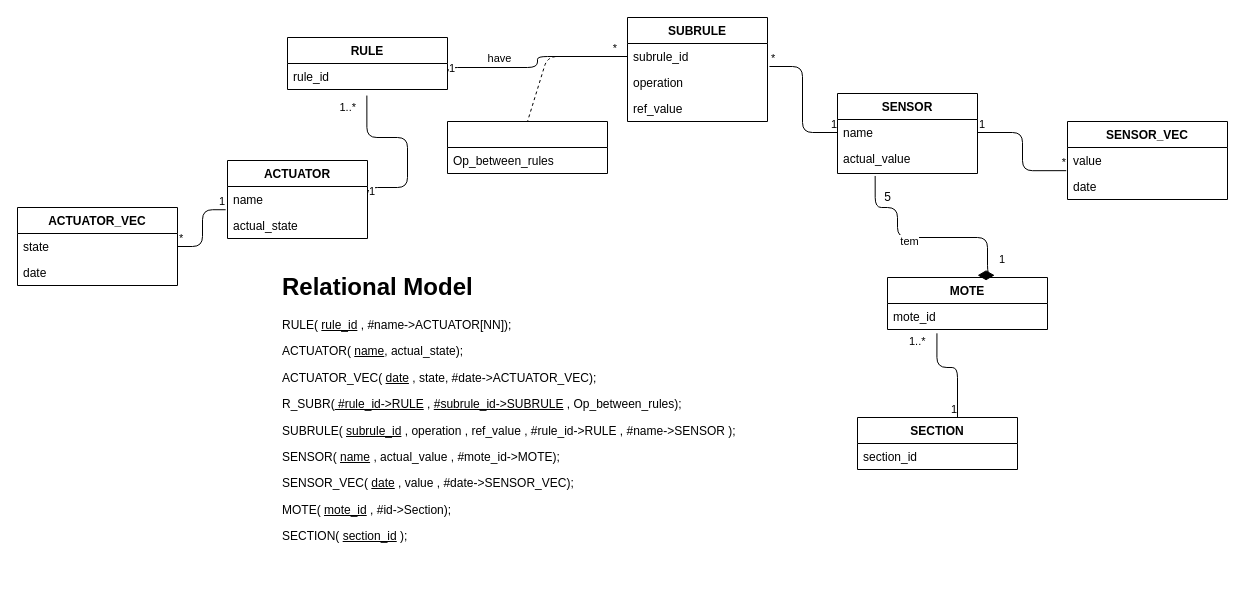
This is page "Page-3" (3 of 3) of squematics/DB.drawio from Automation-yatata/Industry4.0-PizzaPlace, a draw.io file, before an edit. Source tidied: cells renumbered, new cells numbered last; positions are measured from the earlier drawing's top-left corner, leaving out a move shared by most shapes. Both pictures are drawn from the tidied source at 100%, with x=0, y=0 at pixel (17, 17).
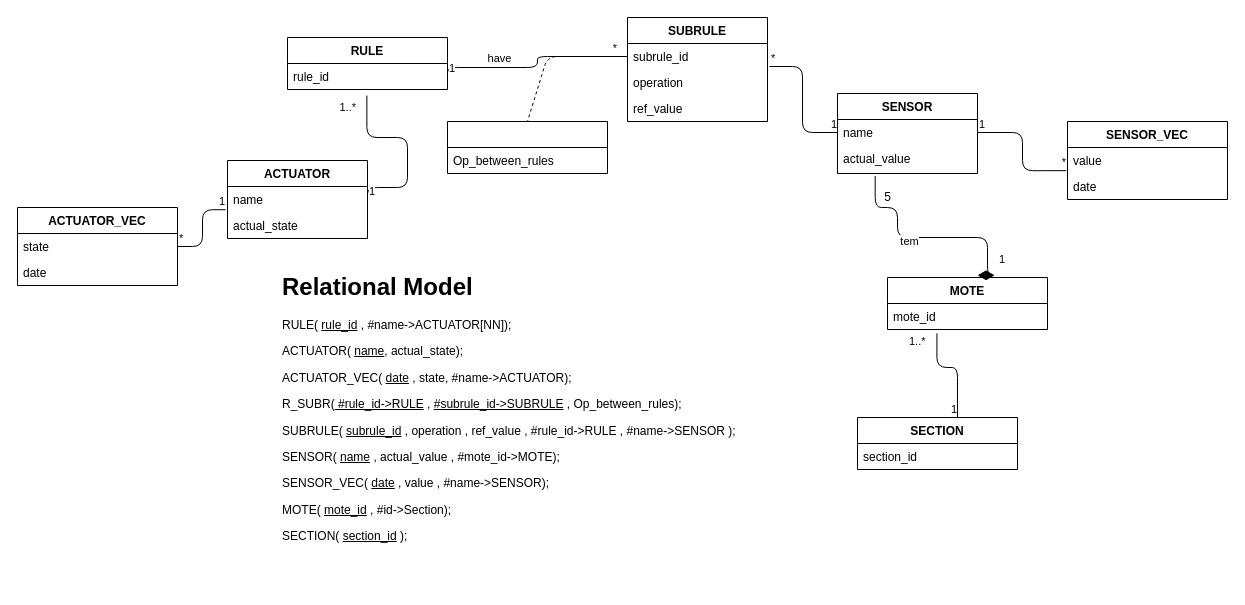
The same diagram, later.

Change to the diagram source:
```diff
@@
-    <mxCell id="37" value="&lt;h1&gt;Relational Model&lt;/h1&gt;&lt;p&gt;RULE( &lt;u&gt;rule_id&lt;/u&gt; , #name-&amp;gt;ACTUATOR[NN]);&lt;/p&gt;&lt;p&gt;ACTUATOR( &lt;u&gt;name&lt;/u&gt;, actual_state);&lt;/p&gt;&lt;p&gt;ACTUATOR_VEC( &lt;u&gt;date&lt;/u&gt;&amp;nbsp;, state, #date-&amp;gt;ACTUATOR_VEC);&lt;/p&gt;&lt;p&gt;R_SUBR(&lt;u&gt; #rule_id-&amp;gt;RULE&lt;/u&gt; , &lt;u&gt;#subrule_id-&amp;gt;SUBRULE&lt;/u&gt; , Op_between_rules);&lt;/p&gt;&lt;p&gt;SUBRULE( &lt;u&gt;subrule_id&lt;/u&gt;&amp;nbsp;, operation , ref_value , #rule_id-&amp;gt;RULE , #name-&amp;gt;SENSOR );&lt;/p&gt;&lt;p&gt;SENSOR( &lt;u&gt;name&lt;/u&gt;&amp;nbsp;, actual_value , #mote_id-&amp;gt;MOTE);&lt;/p&gt;&lt;p&gt;SENSOR_VEC( &lt;u&gt;date&lt;/u&gt;&amp;nbsp;, value , #date-&amp;gt;SENSOR_VEC);&lt;/p&gt;&lt;p&gt;MOTE( &lt;u&gt;mote_id&lt;/u&gt;&amp;nbsp;, #id-&amp;gt;Section);&lt;/p&gt;&lt;p&gt;SECTION( &lt;u&gt;section_id&lt;/u&gt;&amp;nbsp;);&amp;nbsp;&lt;/p&gt;&lt;p&gt;&lt;br&gt;&lt;/p&gt;" style="text;html=1;strokeColor=none;fillColor=none;spacing=5;spacingTop=-20;whiteSpace=wrap;overflow=hidden;rounded=0;" parent="1" vertex="1">
+    <mxCell id="37" value="&lt;h1&gt;Relational Model&lt;/h1&gt;&lt;p&gt;RULE( &lt;u&gt;rule_id&lt;/u&gt; , #name-&amp;gt;ACTUATOR[NN]);&lt;/p&gt;&lt;p&gt;ACTUATOR( &lt;u&gt;name&lt;/u&gt;, actual_state);&lt;/p&gt;&lt;p&gt;ACTUATOR_VEC( &lt;u&gt;date&lt;/u&gt;&amp;nbsp;, state, #name-&amp;gt;ACTUATOR);&lt;/p&gt;&lt;p&gt;R_SUBR(&lt;u&gt; #rule_id-&amp;gt;RULE&lt;/u&gt; , &lt;u&gt;#subrule_id-&amp;gt;SUBRULE&lt;/u&gt; , Op_between_rules);&lt;/p&gt;&lt;p&gt;SUBRULE( &lt;u&gt;subrule_id&lt;/u&gt;&amp;nbsp;, operation , ref_value , #rule_id-&amp;gt;RULE , #name-&amp;gt;SENSOR );&lt;/p&gt;&lt;p&gt;SENSOR( &lt;u&gt;name&lt;/u&gt;&amp;nbsp;, actual_value , #mote_id-&amp;gt;MOTE);&lt;/p&gt;&lt;p&gt;SENSOR_VEC( &lt;u&gt;date&lt;/u&gt;&amp;nbsp;, value , #name-&amp;gt;SENSOR);&lt;/p&gt;&lt;p&gt;MOTE( &lt;u&gt;mote_id&lt;/u&gt;&amp;nbsp;, #id-&amp;gt;Section);&lt;/p&gt;&lt;p&gt;SECTION( &lt;u&gt;section_id&lt;/u&gt;&amp;nbsp;);&amp;nbsp;&lt;/p&gt;&lt;p&gt;&lt;br&gt;&lt;/p&gt;" style="text;html=1;strokeColor=none;fillColor=none;spacing=5;spacingTop=-20;whiteSpace=wrap;overflow=hidden;rounded=0;" parent="1" vertex="1">
       <mxGeometry x="260" y="250" width="500" height="320" as="geometry" />
     </mxCell>
```
